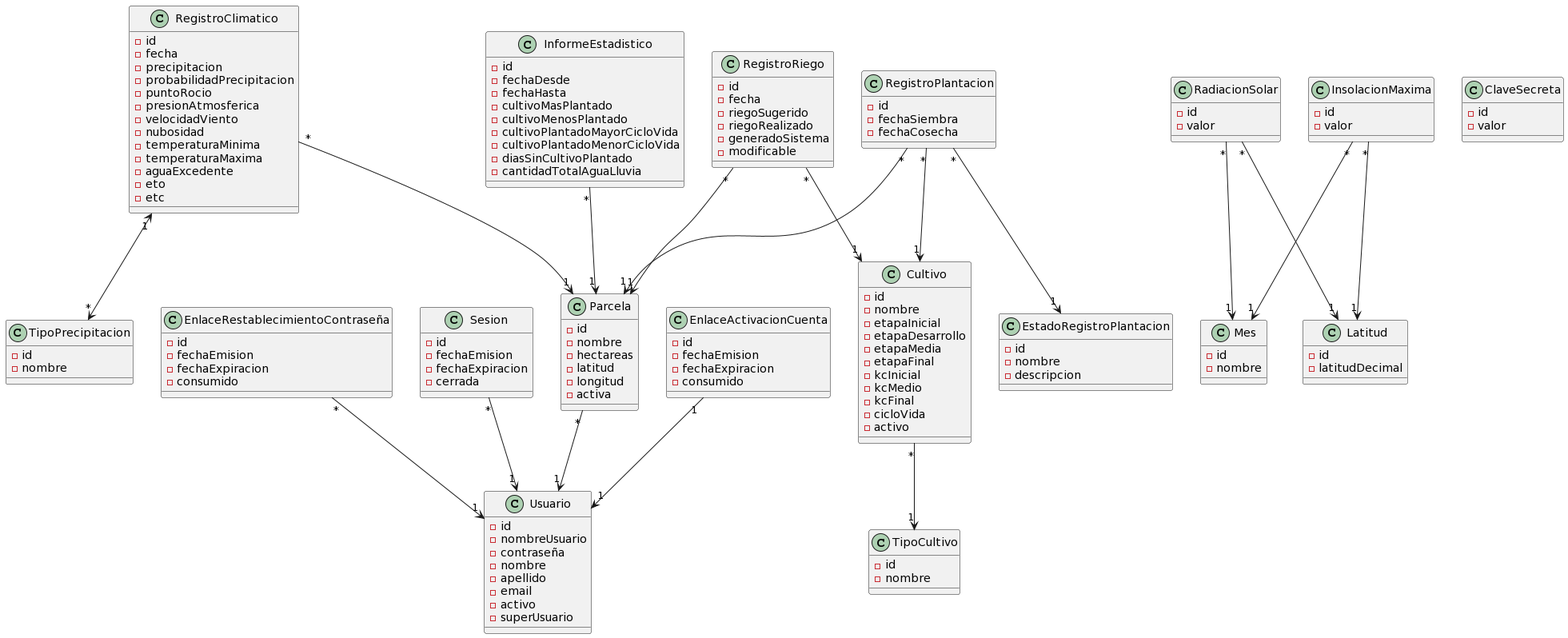
Earlier version of the PlantUML export domain model/Modelo de dominio.png (facundopaez-dev/sistema-web-riego). The source it was exported from:
```plantuml
@startuml
Parcela "*"-->"1" Usuario
InformeEstadistico "*"-->"1" Parcela
RegistroClimatico "*"-->"1" Parcela
RegistroClimatico "1"<-->"*" TipoPrecipitacion
RegistroRiego "*"-->"1" Parcela
RegistroPlantacion "*"-->"1" Parcela
RegistroPlantacion "*"-->"1" Cultivo
RegistroPlantacion "*"-->"1" EstadoRegistroPlantacion
RadiacionSolar "*"-->"1" Mes
RadiacionSolar "*"-->"1" Latitud
InsolacionMaxima "*"-->"1" Mes
InsolacionMaxima "*"-->"1" Latitud
Cultivo "*"-->"1" TipoCultivo
EnlaceActivacionCuenta "1" --> "1" Usuario
EnlaceRestablecimientoContraseña "*" --> "1" Usuario
Sesion "*" --> "1" Usuario
RegistroRiego "*" --> "1" Cultivo

class Parcela {
-id
-nombre
-hectareas
-latitud
-longitud
-activa
}

class InformeEstadistico {
-id
-fechaDesde
-fechaHasta
-cultivoMasPlantado
-cultivoMenosPlantado
-cultivoPlantadoMayorCicloVida
-cultivoPlantadoMenorCicloVida
-diasSinCultivoPlantado
-cantidadTotalAguaLluvia
}

class Cultivo {
-id
-nombre
-etapaInicial
-etapaDesarrollo
-etapaMedia
-etapaFinal
-kcInicial
-kcMedio
-kcFinal
-cicloVida
-activo
}

class TipoCultivo {
-id
-nombre
}

class RegistroClimatico {
-id
-fecha
-precipitacion
-probabilidadPrecipitacion
-puntoRocio
-presionAtmosferica
-velocidadViento
-nubosidad
-temperaturaMinima
-temperaturaMaxima
-aguaExcedente
-eto
-etc
}

class TipoPrecipitacion {
-id
-nombre
}

class RegistroPlantacion {
-id
-fechaSiembra
-fechaCosecha
}

class RegistroRiego {
-id
-fecha
-riegoSugerido
-riegoRealizado
-generadoSistema
-modificable
}

class Usuario {
-id
-nombreUsuario
-contraseña
-nombre
-apellido
-email
-activo
-superUsuario
}

class EstadoRegistroPlantacion {
-id
-nombre
-descripcion
}

class Mes {
-id
-nombre
}

class Latitud {
-id
-latitudDecimal
}

class RadiacionSolar {
-id
-valor
}

class InsolacionMaxima {
-id
-valor
}

class EnlaceActivacionCuenta {
-id
-fechaEmision
-fechaExpiracion
-consumido
}

class EnlaceRestablecimientoContraseña {
-id
-fechaEmision
-fechaExpiracion
-consumido
}

class Sesion {
-id
-fechaEmision
-fechaExpiracion
-cerrada
}

class ClaveSecreta {
-id
-valor
}
@enduml
```
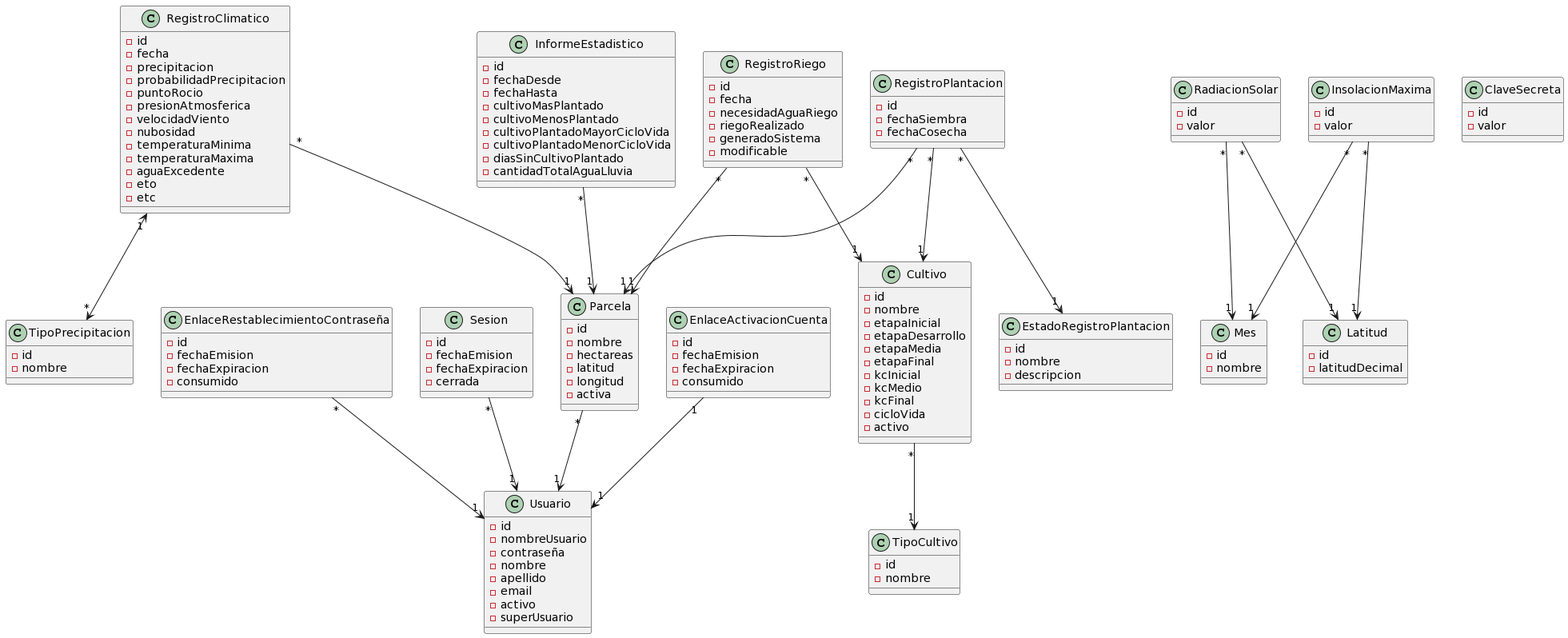
After the commit.

Change to the diagram source:
```diff
@@ -87,7 +87,7 @@
 class RegistroRiego {
 -id
 -fecha
--riegoSugerido
+-necesidadAguaRiego
 -riegoRealizado
 -generadoSistema
 -modificable
```
